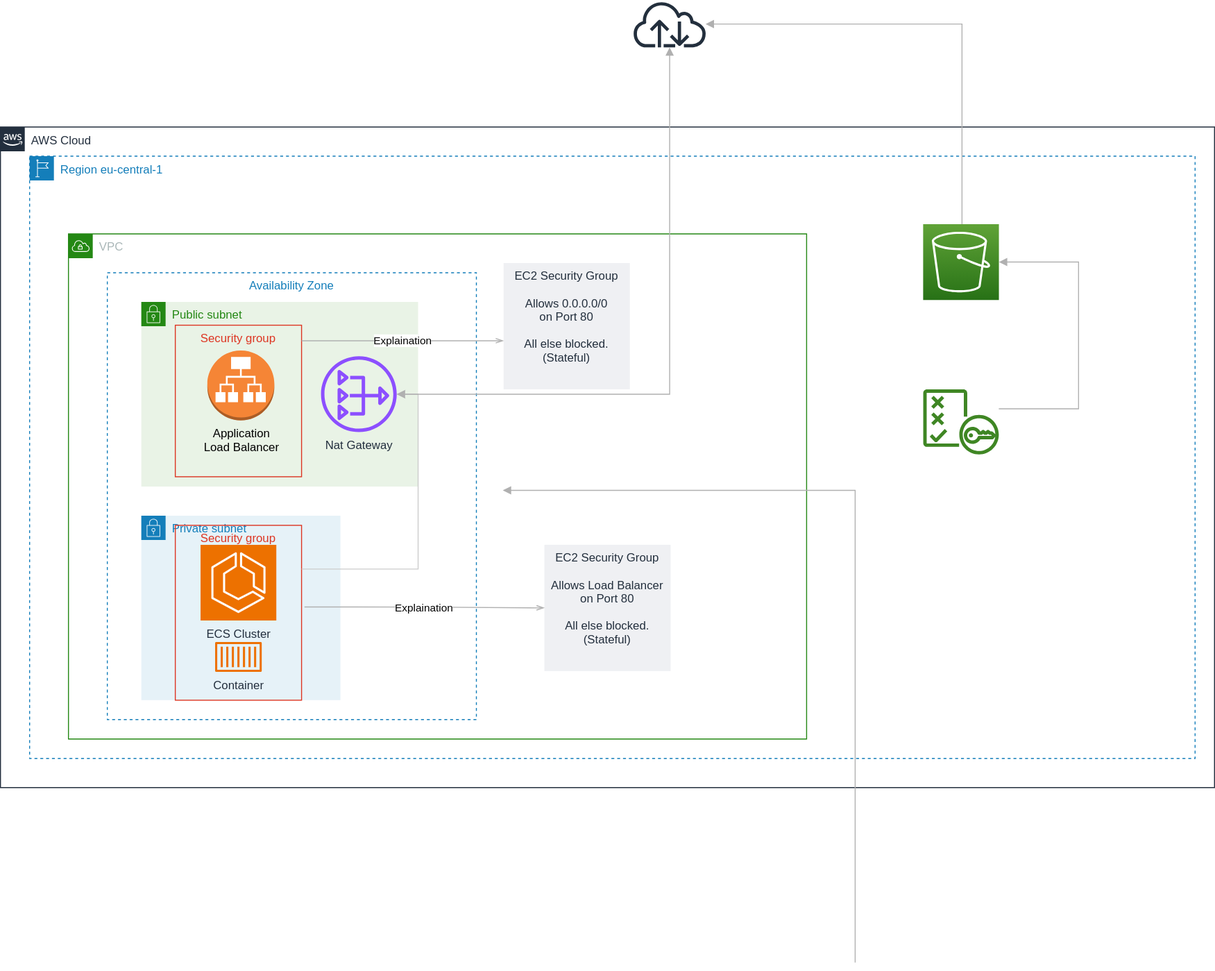
This is docs/media/lab_4_arch.drawio.svg from superluminar-io/aws_fundamentals_workshop, a draw.io export, as it was before one commit. Source tidied: cells renumbered, new cells last; positions are measured from the earlier drawing's top-left corner, leaving out a move shared by most shapes.
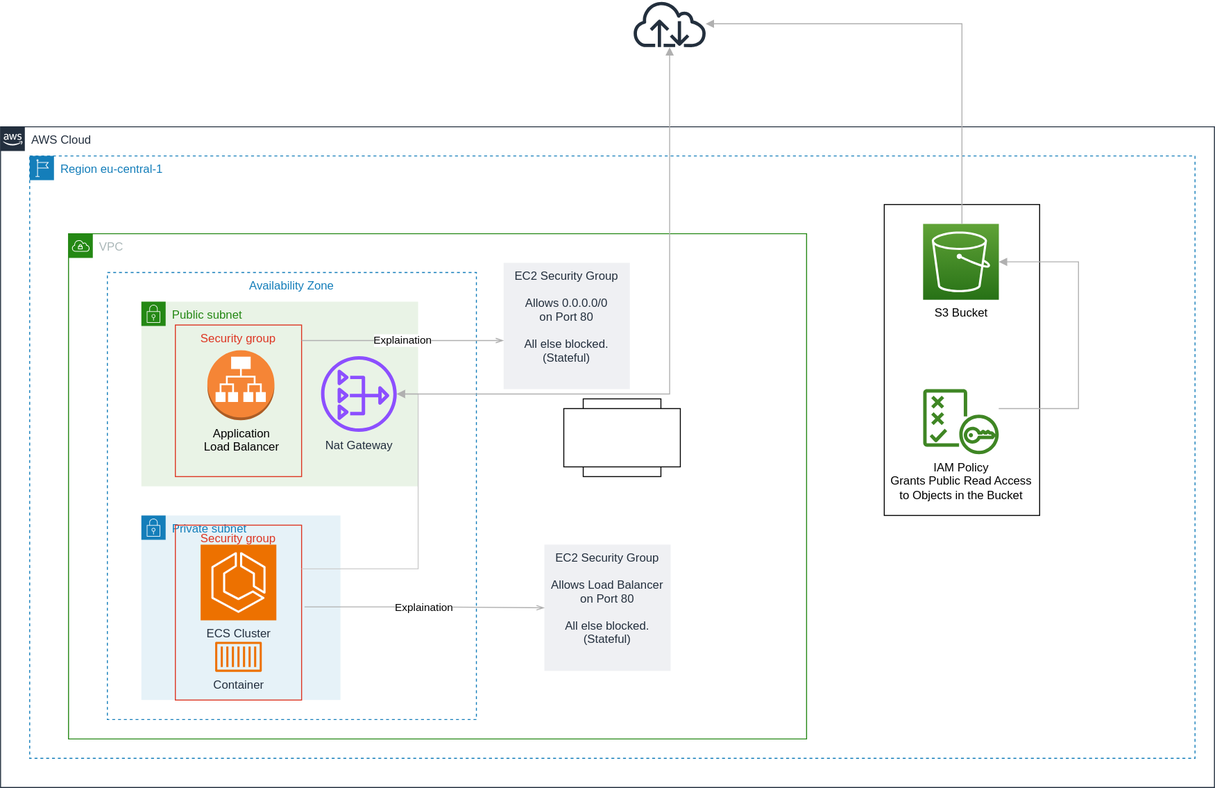
After the change.

Diff of the diagram source:
```diff
@@ -11,6 +11,9 @@
     <mxCell id="4" value="Region eu-central-1" style="gradientColor=none;html=1;whiteSpace=wrap;fontSize=12;fontStyle=0;shape=mxgraph.aws4.group;grIcon=mxgraph.aws4.group_region;strokeColor=#147EBA;fillColor=none;verticalAlign=top;align=left;spacingLeft=30;fontColor=#147EBA;dashed=1;" parent="1" vertex="1">
       <mxGeometry x="30" y="160" width="1200" height="620" as="geometry" />
     </mxCell>
+    <mxCell id="27" style="rounded=0;whiteSpace=wrap;html=1;" parent="4" vertex="1">
+      <mxGeometry x="880" y="50" width="160" height="320" as="geometry" />
+    </mxCell>
     <mxCell id="5" value="VPC" style="gradientColor=none;html=1;whiteSpace=wrap;fontSize=12;fontStyle=0;shape=mxgraph.aws4.group;grIcon=mxgraph.aws4.group_vpc;strokeColor=#248814;fillColor=none;verticalAlign=top;align=left;spacingLeft=30;fontColor=#AAB7B8;dashed=0;" parent="4" vertex="1">
       <mxGeometry x="40" y="80" width="760" height="520" as="geometry" />
     </mxCell>
@@ -52,16 +55,6 @@
         </Array>
       </mxGeometry>
     </mxCell>
-    <mxCell id="17" style="edgeStyle=orthogonalEdgeStyle;html=1;endArrow=block;elbow=vertical;startArrow=none;endFill=1;strokeColor=#B0B0B0;rounded=0;" parent="5" edge="1">
-      <mxGeometry relative="1" as="geometry">
-        <mxPoint x="810" y="750" as="sourcePoint" />
-        <mxPoint x="447.2" y="264" as="targetPoint" />
-        <Array as="points">
-          <mxPoint x="490" y="264" />
-          <mxPoint x="490" y="264" />
-        </Array>
-      </mxGeometry>
-    </mxCell>
     <mxCell id="18" value="EC2 Security Group&#10;&#10;Allows Load Balancer&#10;on Port 80&#10;&#10;All else blocked.&#10;(Stateful)" style="fillColor=#EFF0F3;strokeColor=none;dashed=0;verticalAlign=top;fontStyle=0;fontColor=#232F3D;" parent="5" vertex="1">
       <mxGeometry x="490" y="320" width="130" height="130" as="geometry" />
     </mxCell>
@@ -75,10 +68,10 @@
         </Array>
       </mxGeometry>
     </mxCell>
-    <mxCell id="21" value="&lt;font style=&quot;color: rgb(255, 255, 255);&quot;&gt;S3 Bucket&lt;br&gt;&lt;/font&gt;" style="sketch=0;points=[[0,0,0],[0.25,0,0],[0.5,0,0],[0.75,0,0],[1,0,0],[0,1,0],[0.25,1,0],[0.5,1,0],[0.75,1,0],[1,1,0],[0,0.25,0],[0,0.5,0],[0,0.75,0],[1,0.25,0],[1,0.5,0],[1,0.75,0]];outlineConnect=0;fontColor=#232F3E;gradientColor=#60A337;gradientDirection=north;fillColor=#277116;strokeColor=#ffffff;dashed=0;verticalLabelPosition=bottom;verticalAlign=top;align=center;html=1;fontSize=12;fontStyle=0;shape=mxgraph.aws4.resourceIcon;resIcon=mxgraph.aws4.s3;" parent="4" vertex="1">
+    <mxCell id="21" value="&lt;font style=&quot;color: rgb(0, 0, 0);&quot;&gt;S3 Bucket&lt;br&gt;&lt;/font&gt;" style="sketch=0;points=[[0,0,0],[0.25,0,0],[0.5,0,0],[0.75,0,0],[1,0,0],[0,1,0],[0.25,1,0],[0.5,1,0],[0.75,1,0],[1,1,0],[0,0.25,0],[0,0.5,0],[0,0.75,0],[1,0.25,0],[1,0.5,0],[1,0.75,0]];outlineConnect=0;fontColor=#232F3E;gradientColor=#60A337;gradientDirection=north;fillColor=#277116;strokeColor=#ffffff;dashed=0;verticalLabelPosition=bottom;verticalAlign=top;align=center;html=1;fontSize=12;fontStyle=0;shape=mxgraph.aws4.resourceIcon;resIcon=mxgraph.aws4.s3;" parent="4" vertex="1">
       <mxGeometry x="920" y="70" width="78" height="78" as="geometry" />
     </mxCell>
-    <mxCell id="22" value="&lt;font style=&quot;color: rgb(255, 255, 255);&quot;&gt;IAM Policy&lt;br&gt;Grants Public Read Access&lt;br&gt;to Objects in the Bucket&lt;br&gt;&lt;/font&gt;" style="sketch=0;outlineConnect=0;fontColor=#232F3E;gradientColor=none;fillColor=#3F8624;strokeColor=none;dashed=0;verticalLabelPosition=bottom;verticalAlign=top;align=center;html=1;fontSize=12;fontStyle=0;shape=mxgraph.aws4.policy;labelBackgroundColor=none;" parent="4" vertex="1">
+    <mxCell id="22" value="&lt;font style=&quot;color: rgb(0, 0, 0);&quot;&gt;IAM Policy&lt;br&gt;Grants Public Read Access&lt;br&gt;to Objects in the Bucket&lt;br&gt;&lt;/font&gt;" style="sketch=0;outlineConnect=0;fontColor=#232F3E;gradientColor=none;fillColor=#3F8624;strokeColor=none;dashed=0;verticalLabelPosition=bottom;verticalAlign=top;align=center;html=1;fontSize=12;fontStyle=0;shape=mxgraph.aws4.policy;labelBackgroundColor=none;" parent="4" vertex="1">
       <mxGeometry x="920" y="240" width="78" height="67" as="geometry" />
     </mxCell>
     <mxCell id="23" style="edgeStyle=orthogonalEdgeStyle;html=1;endArrow=block;elbow=vertical;startArrow=none;endFill=1;strokeColor=#B0B0B0;rounded=0;fontColor=#FFFFFF;" parent="4" edge="1" source="22" target="21">
@@ -102,5 +95,11 @@
         </Array>
       </mxGeometry>
     </mxCell>
+    <mxCell id="28" style="whiteSpace=wrap;html=1;" parent="1" vertex="1">
+      <mxGeometry x="600" y="410" width="80" height="80" as="geometry" />
+    </mxCell>
+    <mxCell id="29" style="rounded=0;whiteSpace=wrap;html=1;" parent="1" vertex="1">
+      <mxGeometry x="580" y="420" width="120" height="60" as="geometry" />
+    </mxCell>
   </root>
 </mxGraphModel>
```
